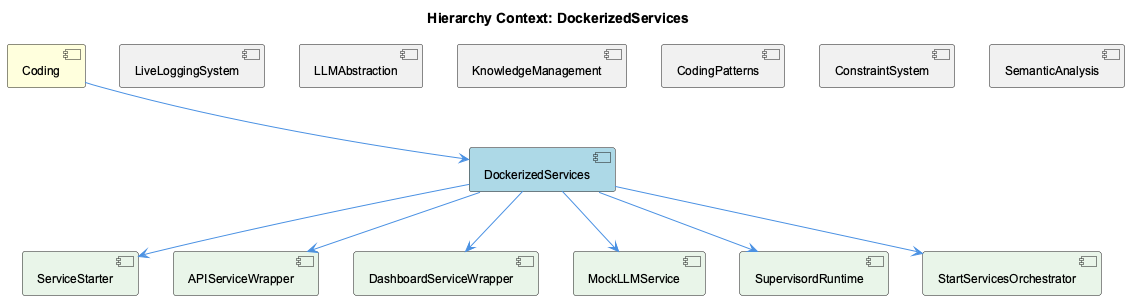
Above: knowledge-management/insights/images/dockerized-services-relationship.png in fwornle/coding (PlantUML), before the change.
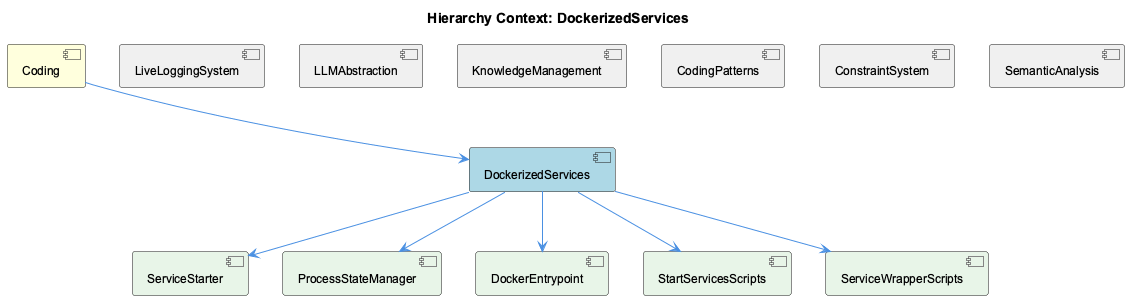
After the commit.

Change to the diagram source:
```diff
@@ -12,11 +12,10 @@
 [ConstraintSystem] as constraint_system #F0F0F0
 [SemanticAnalysis] as semantic_analysis #F0F0F0
 [ServiceStarter] as service_starter #E8F5E8
-[APIServiceWrapper] as apiservice_wrapper #E8F5E8
-[DashboardServiceWrapper] as dashboard_service_wrapper #E8F5E8
-[MockLLMService] as mock_llmservice #E8F5E8
-[SupervisordRuntime] as supervisord_runtime #E8F5E8
-[StartServicesOrchestrator] as start_services_orchestrator #E8F5E8
+[ProcessStateManager] as process_state_manager #E8F5E8
+[DockerEntrypoint] as docker_entrypoint #E8F5E8
+[StartServicesScripts] as start_services_scripts #E8F5E8
+[ServiceWrapperScripts] as service_wrapper_scripts #E8F5E8
 
 coding --> dockerized_services
 live_logging_system -[hidden]- dockerized_services
@@ -26,10 +25,9 @@
 constraint_system -[hidden]- dockerized_services
 semantic_analysis -[hidden]- dockerized_services
 dockerized_services --> service_starter
-dockerized_services --> apiservice_wrapper
-dockerized_services --> dashboard_service_wrapper
-dockerized_services --> mock_llmservice
-dockerized_services --> supervisord_runtime
-dockerized_services --> start_services_orchestrator
+dockerized_services --> process_state_manager
+dockerized_services --> docker_entrypoint
+dockerized_services --> start_services_scripts
+dockerized_services --> service_wrapper_scripts
 
 @enduml
```
